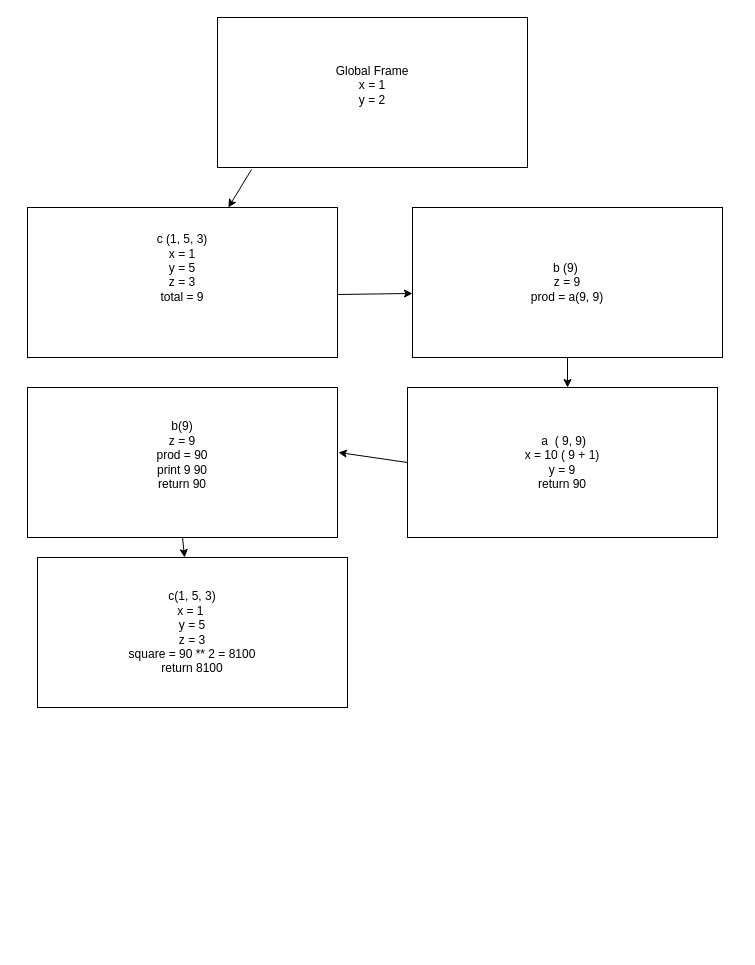
This is Untitled Diagram.drawio from DC202653/Denisha, a draw.io file, before an edit. Source tidied: cells renumbered, new cells numbered last; positions are measured from the earlier drawing's top-left corner, leaving out a move shared by most shapes. Both pictures are drawn from the tidied source at 100%, with x=0, y=0 at pixel (27, 17).
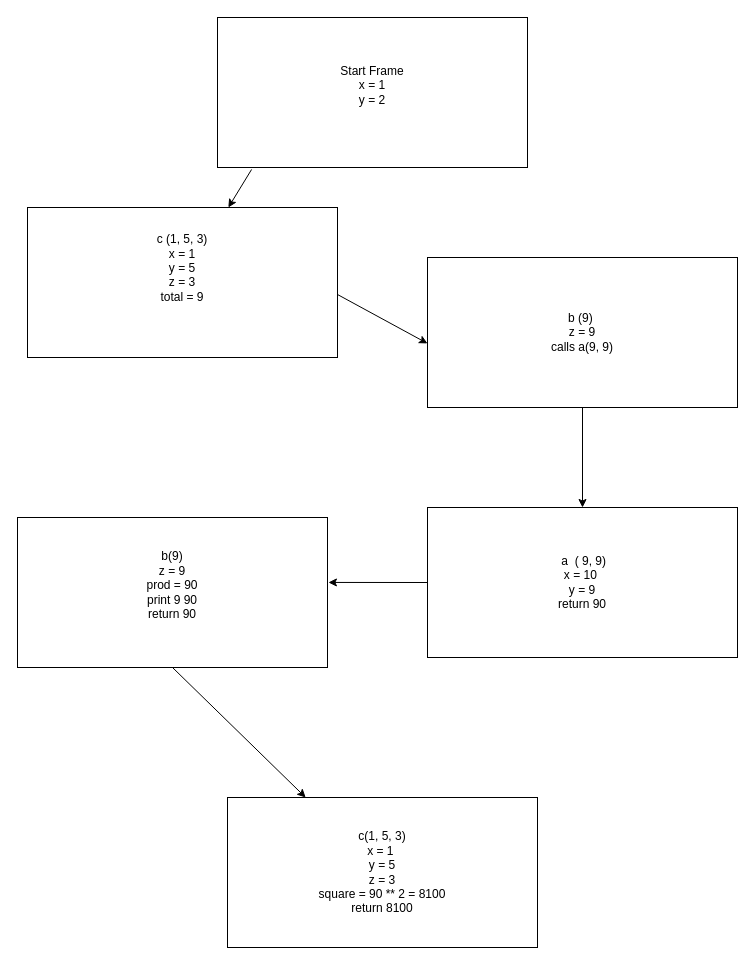
The same diagram, later.

What changed in the source:
```diff
@@
 <mxGraphModel>
   <root>
     <mxCell id="0" />
     <mxCell id="1" parent="0" />
-    <mxCell id="2" value="&lt;div&gt;Global Frame&lt;/div&gt;&lt;div&gt;x = 1&lt;/div&gt;&lt;div&gt;y = 2&lt;/div&gt;&lt;div&gt;&lt;br&gt;&lt;/div&gt;" style="rounded=0;whiteSpace=wrap;html=1;" parent="1" vertex="1">
+    <mxCell id="2" value="&lt;div&gt;Start Frame&lt;/div&gt;&lt;div&gt;x = 1&lt;/div&gt;&lt;div&gt;y = 2&lt;/div&gt;&lt;div&gt;&lt;br&gt;&lt;/div&gt;" style="rounded=0;whiteSpace=wrap;html=1;" parent="1" vertex="1">
       <mxGeometry x="190" width="310" height="150" as="geometry" />
     </mxCell>
     <mxCell id="3" value="&amp;nbsp;c (1, 5, 3)&amp;nbsp;&lt;div&gt;x = 1&lt;/div&gt;&lt;div&gt;y = 5&lt;/div&gt;&lt;div&gt;z = 3&lt;/div&gt;&lt;div&gt;total = 9&lt;/div&gt;&lt;div&gt;&lt;br&gt;&lt;/div&gt;&lt;div&gt;&lt;br&gt;&lt;/div&gt;" style="rounded=0;whiteSpace=wrap;html=1;" parent="1" vertex="1">
       <mxGeometry y="190" width="310" height="150" as="geometry" />
     </mxCell>
-    <mxCell id="4" value="b (9)&amp;nbsp;&lt;br&gt;&lt;div&gt;&lt;div&gt;z = 9&lt;br&gt;&lt;/div&gt;&lt;div&gt;prod = a(9, 9)&lt;/div&gt;&lt;/div&gt;" style="rounded=0;whiteSpace=wrap;html=1;" parent="1" vertex="1">
-      <mxGeometry x="385" y="190" width="310" height="150" as="geometry" />
+    <mxCell id="4" value="b (9)&amp;nbsp;&lt;br&gt;&lt;div&gt;&lt;div&gt;z = 9&lt;br&gt;&lt;/div&gt;&lt;div&gt;calls a(9, 9)&lt;/div&gt;&lt;/div&gt;" style="rounded=0;whiteSpace=wrap;html=1;" parent="1" vertex="1">
+      <mxGeometry x="400" y="240" width="310" height="150" as="geometry" />
     </mxCell>
     <mxCell id="5" style="endArrow=classic;html=1;rounded=0;exitX=0.11;exitY=1.013;exitDx=0;exitDy=0;exitPerimeter=0;" parent="1" edge="1" source="2" target="3">
       <mxGeometry relative="1" as="geometry" />
     </mxCell>
     <mxCell id="6" style="endArrow=classic;html=1;rounded=0;exitX=1;exitY=0.58;exitDx=0;exitDy=0;exitPerimeter=0;entryX=0;entryY=0.573;entryDx=0;entryDy=0;entryPerimeter=0;" parent="1" edge="1" source="3" target="4">
       <mxGeometry relative="1" as="geometry" />
     </mxCell>
     <mxCell id="7" value="&lt;div&gt;b(9)&lt;/div&gt;&lt;div&gt;z = 9&lt;/div&gt;&lt;div&gt;prod = 90&lt;/div&gt;&lt;div&gt;print 9 90&lt;/div&gt;&lt;div&gt;return 90&lt;/div&gt;&lt;div&gt;&lt;br&gt;&lt;/div&gt;" style="rounded=0;whiteSpace=wrap;html=1;" parent="1" vertex="1">
-      <mxGeometry y="370" width="310" height="150" as="geometry" />
+      <mxGeometry x="-10" y="500" width="310" height="150" as="geometry" />
     </mxCell>
-    <mxCell id="8" value="&amp;nbsp;a &amp;nbsp;( 9, 9)&lt;div&gt;x = 10 ( 9 + 1)&lt;/div&gt;&lt;div&gt;y = 9&lt;/div&gt;&lt;div&gt;return 90&lt;/div&gt;" style="rounded=0;whiteSpace=wrap;html=1;" parent="1" vertex="1">
-      <mxGeometry x="380" y="370" width="310" height="150" as="geometry" />
+    <mxCell id="8" value="&amp;nbsp;a &amp;nbsp;( 9, 9)&lt;div&gt;x = 10&amp;nbsp;&lt;/div&gt;&lt;div&gt;y = 9&lt;/div&gt;&lt;div&gt;return 90&lt;/div&gt;" style="rounded=0;whiteSpace=wrap;html=1;" parent="1" vertex="1">
+      <mxGeometry x="400" y="490" width="310" height="150" as="geometry" />
     </mxCell>
     <mxCell id="9" value="c(1, 5, 3)&lt;br&gt;&lt;div&gt;x = 1&amp;nbsp;&lt;/div&gt;&lt;div&gt;y = 5&lt;/div&gt;&lt;div&gt;z = 3&lt;/div&gt;&lt;div&gt;square = 90 ** 2 = 8100&lt;/div&gt;&lt;div&gt;return 8100&lt;/div&gt;" style="rounded=0;whiteSpace=wrap;html=1;" parent="1" vertex="1">
-      <mxGeometry x="10" y="540" width="310" height="150" as="geometry" />
+      <mxGeometry x="200" y="780" width="310" height="150" as="geometry" />
     </mxCell>
-    <mxCell id="10" style="endArrow=classic;html=1;rounded=0;exitX=0.5;exitY=1;exitDx=0;exitDy=0;" parent="1" edge="1" source="4">
-      <mxGeometry relative="1" as="geometry">
-        <mxPoint x="540" y="370" as="targetPoint" />
-      </mxGeometry>
+    <mxCell id="10" style="endArrow=classic;html=1;rounded=0;exitX=0.5;exitY=1;exitDx=0;exitDy=0;" parent="1" edge="1" source="4" target="8">
+      <mxGeometry relative="1" as="geometry" />
     </mxCell>
     <mxCell id="11" style="endArrow=classic;html=1;rounded=0;exitX=0;exitY=0.5;exitDx=0;exitDy=0;entryX=1.003;entryY=0.433;entryDx=0;entryDy=0;entryPerimeter=0;" parent="1" edge="1" source="8" target="7">
       <mxGeometry relative="1" as="geometry" />
     </mxCell>
     <mxCell id="12" style="endArrow=classic;html=1;rounded=0;exitX=0.5;exitY=1;exitDx=0;exitDy=0;" parent="1" edge="1" source="7" target="9">
       <mxGeometry relative="1" as="geometry" />
     </mxCell>
   </root>
 </mxGraphModel>
```
